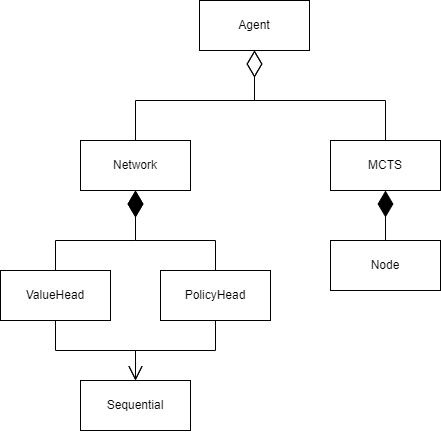
Earlier version of the draw.io export images/RLSolutionUML.png (edgar-maddocks/NEA). Source tidied: cells renumbered, new cells last; positions are measured from the earlier drawing's top-left corner, leaving out a move shared by most shapes.
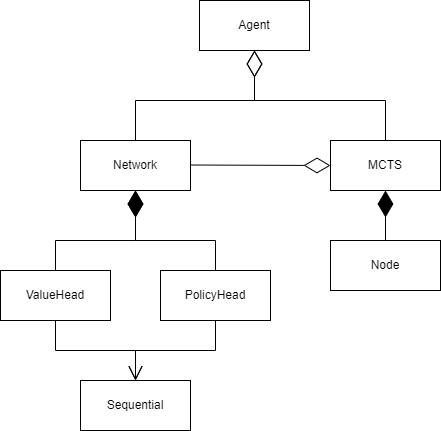
After the change.

Change to the diagram source:
```diff
@@ -75,5 +75,11 @@
         </Array>
       </mxGeometry>
     </mxCell>
+    <mxCell id="16" style="endArrow=diamondThin;endFill=0;endSize=24;html=1;rounded=0;" parent="1" edge="1">
+      <mxGeometry relative="1" as="geometry">
+        <mxPoint x="190" y="164.5" as="sourcePoint" />
+        <mxPoint x="330" y="165" as="targetPoint" />
+      </mxGeometry>
+    </mxCell>
   </root>
 </mxGraphModel>
```
